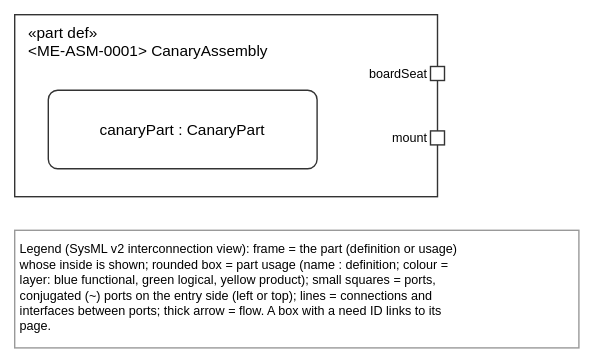
tiacsys/robarm-me keeps this draw.io diagram as views/canaryAssembly.drawio.svg. Above is the earlier version. Source tidied: cells renumbered, new cells last; positions are measured from the earlier drawing's top-left corner, leaving out a move shared by most shapes. The source it was exported from:
```xml
<mxGraphModel>
  <root>
    <mxCell id="0" />
    <mxCell id="1" parent="0" />
    <mxCell id="2" value="«part def»&#10;&lt;ME-ASM-0001&gt; CanaryAssembly" style="html=0;fontFamily=Helvetica;fontSize=11;strokeColor=#333333;rounded=0;verticalAlign=top;align=left;spacingLeft=8;fillColor=none;" parent="1" vertex="1">
      <mxGeometry width="302" height="130" as="geometry" />
    </mxCell>
    <mxCell id="3" value="Legend (SysML v2 interconnection view): frame = the part (definition or usage)&#10;whose inside is shown; rounded box = part usage (name : definition; colour =&#10;layer: blue functional, green logical, yellow product); small squares = ports,&#10;conjugated (~) ports on the entry side (left or top); lines = connections and&#10;interfaces between ports; thick arrow = flow. A box with a need ID links to its&#10;page." style="text;html=0;align=left;verticalAlign=top;fontFamily=Helvetica;fontSize=9;fillColor=#FFFFFF;strokeColor=#999999;spacing=4;" parent="1" vertex="1">
      <mxGeometry y="154" width="403" height="84" as="geometry" />
    </mxCell>
    <mxCell id="4" value="boardSeat" style="html=0;fontFamily=Helvetica;fontSize=11;strokeColor=#333333;rounded=0;fillColor=#FFFFFF;fontSize=9;labelPosition=left;align=right;verticalLabelPosition=middle;verticalAlign=middle;" parent="2" vertex="1">
      <mxGeometry x="297" y="37" width="10" height="10" as="geometry" />
    </mxCell>
    <mxCell id="5" value="mount" style="html=0;fontFamily=Helvetica;fontSize=11;strokeColor=#333333;rounded=0;fillColor=#FFFFFF;fontSize=9;labelPosition=left;align=right;verticalLabelPosition=middle;verticalAlign=middle;" parent="2" vertex="1">
      <mxGeometry x="297" y="83" width="10" height="10" as="geometry" />
    </mxCell>
    <mxCell id="6" value="canaryPart : CanaryPart" style="html=0;fontFamily=Helvetica;fontSize=11;strokeColor=#333333;rounded=1;arcSize=12;fillColor=#FFFFFF;verticalAlign=middle;fillColor=#FFFFFF;" parent="2" vertex="1">
      <mxGeometry x="24" y="54" width="192" height="56" as="geometry" />
    </mxCell>
  </root>
</mxGraphModel>
```
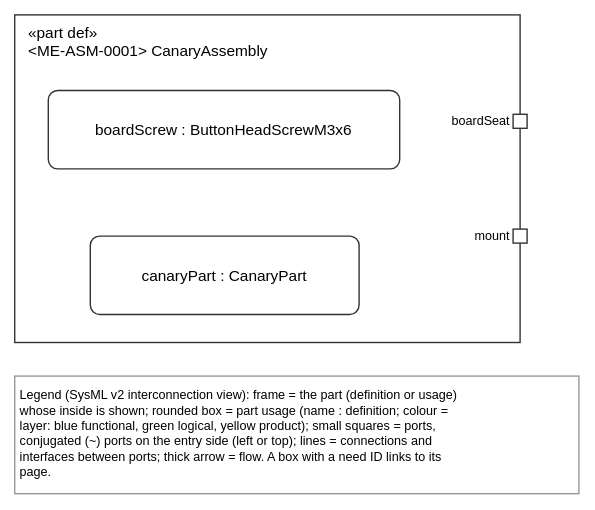
After the change.

What changed in the source:
```diff
@@ -3,19 +3,22 @@
     <mxCell id="0" />
     <mxCell id="1" parent="0" />
     <mxCell id="2" value="«part def»&#10;&lt;ME-ASM-0001&gt; CanaryAssembly" style="html=0;fontFamily=Helvetica;fontSize=11;strokeColor=#333333;rounded=0;verticalAlign=top;align=left;spacingLeft=8;fillColor=none;" parent="1" vertex="1">
-      <mxGeometry width="302" height="130" as="geometry" />
+      <mxGeometry width="361" height="234" as="geometry" />
     </mxCell>
     <mxCell id="3" value="Legend (SysML v2 interconnection view): frame = the part (definition or usage)&#10;whose inside is shown; rounded box = part usage (name : definition; colour =&#10;layer: blue functional, green logical, yellow product); small squares = ports,&#10;conjugated (~) ports on the entry side (left or top); lines = connections and&#10;interfaces between ports; thick arrow = flow. A box with a need ID links to its&#10;page." style="text;html=0;align=left;verticalAlign=top;fontFamily=Helvetica;fontSize=9;fillColor=#FFFFFF;strokeColor=#999999;spacing=4;" parent="1" vertex="1">
-      <mxGeometry y="154" width="403" height="84" as="geometry" />
+      <mxGeometry y="258" width="403" height="84" as="geometry" />
     </mxCell>
     <mxCell id="4" value="boardSeat" style="html=0;fontFamily=Helvetica;fontSize=11;strokeColor=#333333;rounded=0;fillColor=#FFFFFF;fontSize=9;labelPosition=left;align=right;verticalLabelPosition=middle;verticalAlign=middle;" parent="2" vertex="1">
-      <mxGeometry x="297" y="37" width="10" height="10" as="geometry" />
+      <mxGeometry x="356" y="71" width="10" height="10" as="geometry" />
     </mxCell>
     <mxCell id="5" value="mount" style="html=0;fontFamily=Helvetica;fontSize=11;strokeColor=#333333;rounded=0;fillColor=#FFFFFF;fontSize=9;labelPosition=left;align=right;verticalLabelPosition=middle;verticalAlign=middle;" parent="2" vertex="1">
-      <mxGeometry x="297" y="83" width="10" height="10" as="geometry" />
+      <mxGeometry x="356" y="153" width="10" height="10" as="geometry" />
     </mxCell>
+    <mxCell id="7" value="boardScrew : ButtonHeadScrewM3x6" style="html=0;fontFamily=Helvetica;fontSize=11;strokeColor=#333333;rounded=1;arcSize=12;fillColor=#FFFFFF;verticalAlign=middle;fillColor=#FFFFFF;" parent="2" vertex="1">
+      <mxGeometry x="24" y="54" width="251" height="56" as="geometry" />
+    </mxCell>
     <mxCell id="6" value="canaryPart : CanaryPart" style="html=0;fontFamily=Helvetica;fontSize=11;strokeColor=#333333;rounded=1;arcSize=12;fillColor=#FFFFFF;verticalAlign=middle;fillColor=#FFFFFF;" parent="2" vertex="1">
-      <mxGeometry x="24" y="54" width="192" height="56" as="geometry" />
+      <mxGeometry x="54" y="158" width="192" height="56" as="geometry" />
     </mxCell>
   </root>
 </mxGraphModel>
```
